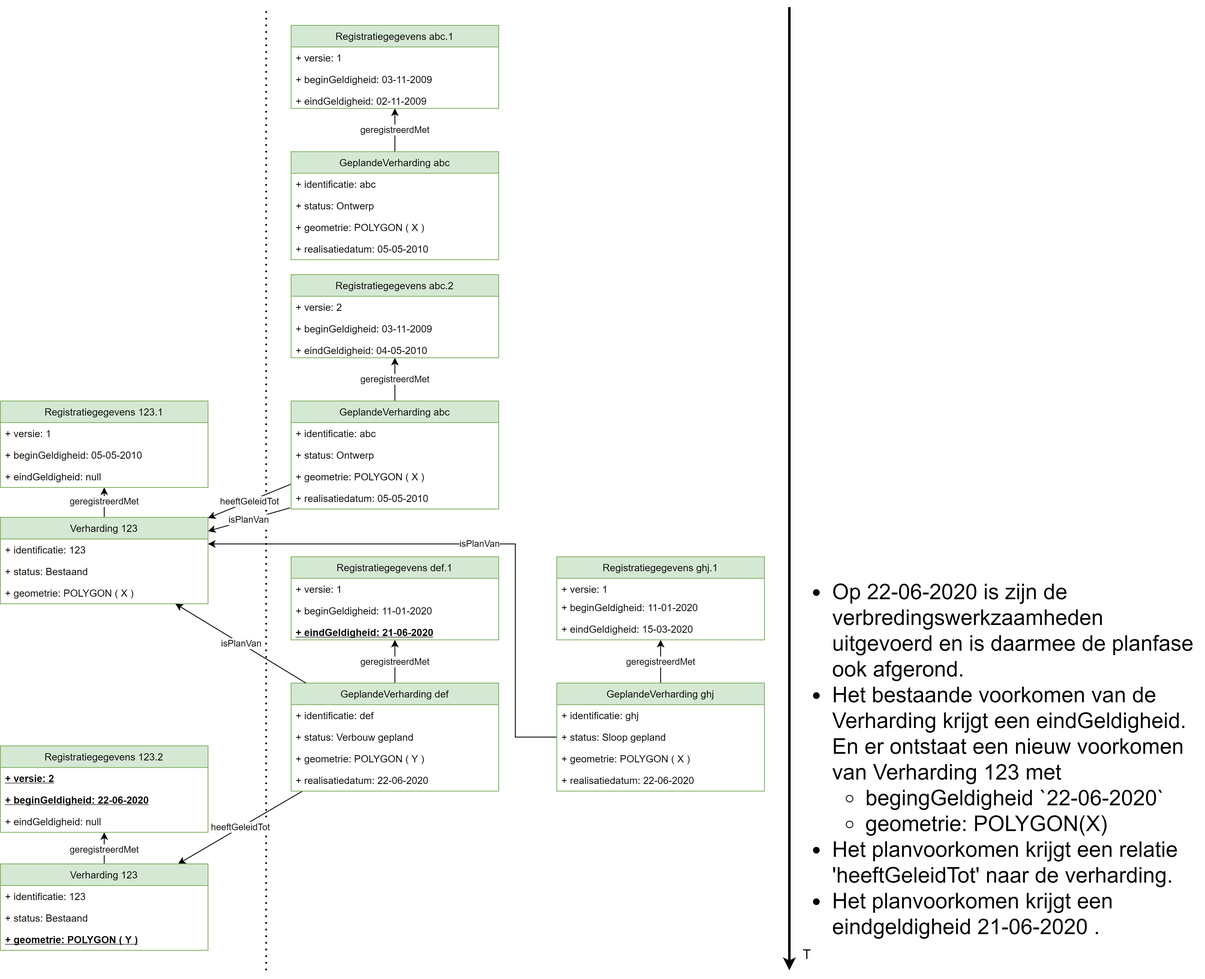
Geonovum/disgeo-imsor keeps this draw.io diagram as issues/15-levensfasen/uitwerkingen/2-schaduw-gepland-objecttype/2-c-schaduw-gepland-obejcttype-relaties-realisatiedatum-complex-6.png. Above is the earlier version. Source tidied: cells renumbered, new cells last; positions are measured from the earlier drawing's top-left corner, leaving out a move shared by most shapes. Source of this version:
```xml
<mxGraphModel>
  <root>
    <mxCell id="0" />
    <mxCell id="1" parent="0" />
    <mxCell id="2" style="endArrow=none;dashed=1;html=1;dashPattern=1 3;strokeWidth=2;" parent="1" edge="1">
      <mxGeometry relative="1" as="geometry">
        <mxPoint x="320" y="1159" as="sourcePoint" />
        <mxPoint x="320" y="2" as="targetPoint" />
      </mxGeometry>
    </mxCell>
    <mxCell id="3" value="geregistreerdMet" style="edgeStyle=orthogonalEdgeStyle;rounded=0;jettySize=auto;html=1;" parent="1" edge="1" source="4" target="9">
      <mxGeometry relative="1" as="geometry" />
    </mxCell>
    <mxCell id="4" value="GeplandeVerharding abc" style="swimlane;fontStyle=0;horizontal=1;startSize=26;fillColor=#d5e8d4;strokeColor=#82b366;" parent="1" vertex="1">
      <mxGeometry x="350" y="174" width="250" height="130" as="geometry" />
    </mxCell>
    <mxCell id="5" value="+ identificatie: abc" style="text;strokeColor=none;fillColor=none;align=left;verticalAlign=top;spacingLeft=4;spacingRight=4;overflow=hidden;" parent="4" vertex="1">
      <mxGeometry y="26" width="250" height="26" as="geometry" />
    </mxCell>
    <mxCell id="6" value="+ status: Ontwerp" style="text;strokeColor=none;fillColor=none;align=left;verticalAlign=top;spacingLeft=4;spacingRight=4;overflow=hidden;fontStyle=0;" parent="4" vertex="1">
      <mxGeometry y="52" width="250" height="26" as="geometry" />
    </mxCell>
    <mxCell id="7" value="+ geometrie: POLYGON ( X )" style="text;strokeColor=none;fillColor=none;align=left;verticalAlign=top;spacingLeft=4;spacingRight=4;overflow=hidden;fontStyle=0;" parent="4" vertex="1">
      <mxGeometry y="78" width="250" height="26" as="geometry" />
    </mxCell>
    <mxCell id="8" value="+ realisatiedatum: 05-05-2010" style="text;strokeColor=none;fillColor=none;align=left;verticalAlign=top;spacingLeft=4;spacingRight=4;overflow=hidden;fontStyle=0;" parent="4" vertex="1">
      <mxGeometry y="104" width="250" height="26" as="geometry" />
    </mxCell>
    <mxCell id="9" value="Registratiegegevens abc.1" style="swimlane;fontStyle=0;horizontal=1;startSize=26;fillColor=#d5e8d4;strokeColor=#82b366;" parent="1" vertex="1">
      <mxGeometry x="350" y="22" width="250" height="100" as="geometry" />
    </mxCell>
    <mxCell id="10" value="+ versie: 1" style="text;strokeColor=none;fillColor=none;align=left;verticalAlign=top;spacingLeft=4;spacingRight=4;overflow=hidden;" parent="9" vertex="1">
      <mxGeometry y="26" width="250" height="26" as="geometry" />
    </mxCell>
    <mxCell id="11" value="+ beginGeldigheid: 03-11-2009" style="text;strokeColor=none;fillColor=none;align=left;verticalAlign=top;spacingLeft=4;spacingRight=4;overflow=hidden;" parent="9" vertex="1">
      <mxGeometry y="52" width="250" height="26" as="geometry" />
    </mxCell>
    <mxCell id="12" value="+ eindGeldigheid: 02-11-2009" style="text;strokeColor=none;fillColor=none;align=left;verticalAlign=top;spacingLeft=4;spacingRight=4;overflow=hidden;fontStyle=0;" parent="9" vertex="1">
      <mxGeometry y="78" width="250" height="22" as="geometry" />
    </mxCell>
    <mxCell id="13" value="&lt;ul&gt;&lt;li&gt;&lt;span style=&quot;background-color: rgb(255 , 255 , 255)&quot;&gt;Op 22-06-2020 is zijn de verbredingswerkzaamheden uitgevoerd en is daarmee de planfase ook afgerond.&lt;/span&gt;&lt;/li&gt;&lt;li&gt;&lt;span style=&quot;background-color: rgb(255 , 255 , 255)&quot;&gt;Het bestaande voorkomen van de Verharding krijgt een eindGeldigheid. En er ontstaat een nieuw voorkomen van Verharding 123 met&amp;nbsp;&lt;/span&gt;&lt;/li&gt;&lt;ul&gt;&lt;li&gt;&lt;span style=&quot;background-color: rgb(255 , 255 , 255)&quot;&gt;begingGeldigheid `22-06-2020`&lt;/span&gt;&lt;/li&gt;&lt;li&gt;&lt;span style=&quot;background-color: rgb(255 , 255 , 255)&quot;&gt;geometrie: POLYGON(X)&lt;/span&gt;&lt;/li&gt;&lt;/ul&gt;&lt;li&gt;&lt;span style=&quot;background-color: rgb(255 , 255 , 255)&quot;&gt;Het planvoorkomen krijgt een relatie 'heeftGeleidTot' naar de verharding.&lt;/span&gt;&lt;/li&gt;&lt;li&gt;&lt;span style=&quot;background-color: rgb(255 , 255 , 255)&quot;&gt;Het planvoorkomen krijgt een eindgeldigheid 21-06-2020 .&lt;/span&gt;&lt;/li&gt;&lt;/ul&gt;" style="text;html=1;strokeColor=none;fillColor=none;align=left;verticalAlign=top;whiteSpace=wrap;rounded=0;fontSize=26;" parent="1" vertex="1">
      <mxGeometry x="960" y="656" width="490" height="254" as="geometry" />
    </mxCell>
    <mxCell id="14" style="endArrow=classic;html=1;strokeWidth=3;" parent="1" edge="1">
      <mxGeometry relative="1" as="geometry">
        <mxPoint x="950" as="sourcePoint" />
        <mxPoint x="950" y="1159" as="targetPoint" />
      </mxGeometry>
    </mxCell>
    <mxCell id="15" value="&lt;font style=&quot;font-size: 16px&quot;&gt;T&lt;/font&gt;" style="edgeLabel;html=1;align=center;verticalAlign=middle;" parent="14" vertex="1">
      <mxGeometry x="0.94" y="4" relative="1" as="geometry">
        <mxPoint x="16" y="11.9" as="offset" />
      </mxGeometry>
    </mxCell>
    <mxCell id="16" value="geregistreerdMet" style="edgeStyle=orthogonalEdgeStyle;rounded=0;jettySize=auto;html=1;" parent="1" edge="1" source="19" target="24">
      <mxGeometry relative="1" as="geometry" />
    </mxCell>
    <mxCell id="17" value="heeftGeleidTot" style="rounded=0;jettySize=auto;html=1;exitX=0;exitY=0.847;exitDx=0;exitDy=0;exitPerimeter=0;" parent="1" edge="1" source="22" target="29">
      <mxGeometry relative="1" as="geometry" />
    </mxCell>
    <mxCell id="18" value="isPlanVan" style="rounded=0;jettySize=auto;html=1;exitX=-0.005;exitY=0.947;exitDx=0;exitDy=0;exitPerimeter=0;" parent="1" edge="1" source="23" target="29">
      <mxGeometry relative="1" as="geometry" />
    </mxCell>
    <mxCell id="19" value="GeplandeVerharding abc" style="swimlane;fontStyle=0;horizontal=1;startSize=26;fillColor=#d5e8d4;strokeColor=#82b366;" parent="1" vertex="1">
      <mxGeometry x="350" y="474" width="250" height="130" as="geometry" />
    </mxCell>
    <mxCell id="20" value="+ identificatie: abc" style="text;strokeColor=none;fillColor=none;align=left;verticalAlign=top;spacingLeft=4;spacingRight=4;overflow=hidden;" parent="19" vertex="1">
      <mxGeometry y="26" width="250" height="26" as="geometry" />
    </mxCell>
    <mxCell id="21" value="+ status: Ontwerp" style="text;strokeColor=none;fillColor=none;align=left;verticalAlign=top;spacingLeft=4;spacingRight=4;overflow=hidden;fontStyle=0;" parent="19" vertex="1">
      <mxGeometry y="52" width="250" height="26" as="geometry" />
    </mxCell>
    <mxCell id="22" value="+ geometrie: POLYGON ( X )" style="text;strokeColor=none;fillColor=none;align=left;verticalAlign=top;spacingLeft=4;spacingRight=4;overflow=hidden;points=[[0,0.5],[1,0.5]];portConstraint=eastwest;fontStyle=0;" parent="19" vertex="1">
      <mxGeometry y="78" width="250" height="26" as="geometry" />
    </mxCell>
    <mxCell id="23" value="+ realisatiedatum: 05-05-2010" style="text;strokeColor=none;fillColor=none;align=left;verticalAlign=top;spacingLeft=4;spacingRight=4;overflow=hidden;points=[[0,0.5],[1,0.5]];portConstraint=eastwest;fontStyle=0;" parent="19" vertex="1">
      <mxGeometry y="104" width="250" height="26" as="geometry" />
    </mxCell>
    <mxCell id="24" value="Registratiegegevens abc.2" style="swimlane;fontStyle=0;horizontal=1;startSize=26;fillColor=#d5e8d4;strokeColor=#82b366;" parent="1" vertex="1">
      <mxGeometry x="350" y="322" width="250" height="100" as="geometry" />
    </mxCell>
    <mxCell id="25" value="+ versie: 2" style="text;strokeColor=none;fillColor=none;align=left;verticalAlign=top;spacingLeft=4;spacingRight=4;overflow=hidden;fontStyle=0;" parent="24" vertex="1">
      <mxGeometry y="26" width="250" height="26" as="geometry" />
    </mxCell>
    <mxCell id="26" value="+ beginGeldigheid: 03-11-2009" style="text;strokeColor=none;fillColor=none;align=left;verticalAlign=top;spacingLeft=4;spacingRight=4;overflow=hidden;fontStyle=0;" parent="24" vertex="1">
      <mxGeometry y="52" width="250" height="26" as="geometry" />
    </mxCell>
    <mxCell id="27" value="+ eindGeldigheid: 04-05-2010" style="text;strokeColor=none;fillColor=none;align=left;verticalAlign=top;spacingLeft=4;spacingRight=4;overflow=hidden;fontStyle=0;" parent="24" vertex="1">
      <mxGeometry y="78" width="250" height="22" as="geometry" />
    </mxCell>
    <mxCell id="28" value="geregistreerdMet" style="edgeStyle=orthogonalEdgeStyle;rounded=0;jettySize=auto;html=1;" parent="1" edge="1" source="29" target="33">
      <mxGeometry relative="1" as="geometry" />
    </mxCell>
    <mxCell id="29" value="Verharding 123" style="swimlane;fontStyle=0;horizontal=1;startSize=26;fillColor=#d5e8d4;strokeColor=#82b366;" parent="1" vertex="1">
      <mxGeometry y="614" width="250" height="104" as="geometry" />
    </mxCell>
    <mxCell id="30" value="+ identificatie: 123" style="text;strokeColor=none;fillColor=none;align=left;verticalAlign=top;spacingLeft=4;spacingRight=4;overflow=hidden;fontStyle=0;" parent="29" vertex="1">
      <mxGeometry y="26" width="250" height="26" as="geometry" />
    </mxCell>
    <mxCell id="31" value="+ status: Bestaand" style="text;strokeColor=none;fillColor=none;align=left;verticalAlign=top;spacingLeft=4;spacingRight=4;overflow=hidden;fontStyle=0;" parent="29" vertex="1">
      <mxGeometry y="52" width="250" height="26" as="geometry" />
    </mxCell>
    <mxCell id="32" value="+ geometrie: POLYGON ( X )" style="text;strokeColor=none;fillColor=none;align=left;verticalAlign=top;spacingLeft=4;spacingRight=4;overflow=hidden;" parent="29" vertex="1">
      <mxGeometry y="78" width="250" height="26" as="geometry" />
    </mxCell>
    <mxCell id="33" value="Registratiegegevens 123.1" style="swimlane;fontStyle=0;horizontal=1;startSize=26;fillColor=#d5e8d4;strokeColor=#82b366;" parent="1" vertex="1">
      <mxGeometry y="474" width="250" height="104" as="geometry" />
    </mxCell>
    <mxCell id="34" value="+ versie: 1" style="text;strokeColor=none;fillColor=none;align=left;verticalAlign=top;spacingLeft=4;spacingRight=4;overflow=hidden;fontStyle=0;" parent="33" vertex="1">
      <mxGeometry y="26" width="250" height="26" as="geometry" />
    </mxCell>
    <mxCell id="35" value="+ beginGeldigheid: 05-05-2010" style="text;strokeColor=none;fillColor=none;align=left;verticalAlign=top;spacingLeft=4;spacingRight=4;overflow=hidden;fontStyle=0;" parent="33" vertex="1">
      <mxGeometry y="52" width="250" height="26" as="geometry" />
    </mxCell>
    <mxCell id="36" value="+ eindGeldigheid: null" style="text;strokeColor=none;fillColor=none;align=left;verticalAlign=top;spacingLeft=4;spacingRight=4;overflow=hidden;fontStyle=0;" parent="33" vertex="1">
      <mxGeometry y="78" width="250" height="26" as="geometry" />
    </mxCell>
    <mxCell id="37" value="geregistreerdMet" style="edgeStyle=orthogonalEdgeStyle;rounded=0;jettySize=auto;html=1;" parent="1" edge="1" source="39" target="45">
      <mxGeometry relative="1" as="geometry" />
    </mxCell>
    <mxCell id="38" value="heeftGeleidTot" style="edgeStyle=none;rounded=0;jettySize=auto;html=1;" parent="1" edge="1" source="39" target="61">
      <mxGeometry relative="1" as="geometry" />
    </mxCell>
    <mxCell id="39" value="GeplandeVerharding def" style="swimlane;fontStyle=0;horizontal=1;startSize=26;fillColor=#d5e8d4;strokeColor=#82b366;" parent="1" vertex="1">
      <mxGeometry x="350" y="813.4" width="250" height="130" as="geometry" />
    </mxCell>
    <mxCell id="40" value="+ identificatie: def" style="text;strokeColor=none;fillColor=none;align=left;verticalAlign=top;spacingLeft=4;spacingRight=4;overflow=hidden;" parent="39" vertex="1">
      <mxGeometry y="26" width="250" height="26" as="geometry" />
    </mxCell>
    <mxCell id="41" value="+ status: Verbouw gepland" style="text;strokeColor=none;fillColor=none;align=left;verticalAlign=top;spacingLeft=4;spacingRight=4;overflow=hidden;fontStyle=0;" parent="39" vertex="1">
      <mxGeometry y="52" width="250" height="26" as="geometry" />
    </mxCell>
    <mxCell id="42" value="+ geometrie: POLYGON ( Y )" style="text;strokeColor=none;fillColor=none;align=left;verticalAlign=top;spacingLeft=4;spacingRight=4;overflow=hidden;fontStyle=0;" parent="39" vertex="1">
      <mxGeometry y="78" width="250" height="26" as="geometry" />
    </mxCell>
    <mxCell id="43" value="+ realisatiedatum: 22-06-2020" style="text;strokeColor=none;fillColor=none;align=left;verticalAlign=top;spacingLeft=4;spacingRight=4;overflow=hidden;fontStyle=0;" parent="39" vertex="1">
      <mxGeometry y="104" width="250" height="26" as="geometry" />
    </mxCell>
    <mxCell id="44" value="isPlanVan" style="edgeStyle=none;rounded=0;jettySize=auto;html=1;" parent="1" edge="1" source="39" target="29">
      <mxGeometry relative="1" as="geometry" />
    </mxCell>
    <mxCell id="45" value="Registratiegegevens def.1" style="swimlane;fontStyle=0;horizontal=1;startSize=26;fillColor=#d5e8d4;strokeColor=#82b366;" parent="1" vertex="1">
      <mxGeometry x="350" y="661.4" width="250" height="100" as="geometry" />
    </mxCell>
    <mxCell id="46" value="+ versie: 1" style="text;strokeColor=none;fillColor=none;align=left;verticalAlign=top;spacingLeft=4;spacingRight=4;overflow=hidden;" parent="45" vertex="1">
      <mxGeometry y="26" width="250" height="26" as="geometry" />
    </mxCell>
    <mxCell id="47" value="+ beginGeldigheid: 11-01-2020" style="text;strokeColor=none;fillColor=none;align=left;verticalAlign=top;spacingLeft=4;spacingRight=4;overflow=hidden;" parent="45" vertex="1">
      <mxGeometry y="52" width="250" height="26" as="geometry" />
    </mxCell>
    <mxCell id="48" value="+ eindGeldigheid: 21-06-2020" style="text;strokeColor=none;fillColor=none;align=left;verticalAlign=top;spacingLeft=4;spacingRight=4;overflow=hidden;fontStyle=5;" parent="45" vertex="1">
      <mxGeometry y="78" width="250" height="22" as="geometry" />
    </mxCell>
    <mxCell id="49" value="geregistreerdMet" style="edgeStyle=orthogonalEdgeStyle;rounded=0;jettySize=auto;html=1;" parent="1" edge="1" source="51" target="56">
      <mxGeometry relative="1" as="geometry" />
    </mxCell>
    <mxCell id="50" value="isPlanVan" style="edgeStyle=elbowEdgeStyle;rounded=0;jettySize=auto;html=1;" parent="1" edge="1" source="51" target="29">
      <mxGeometry relative="1" as="geometry">
        <Array as="points">
          <mxPoint x="620" y="646" />
          <mxPoint x="650" y="746" />
          <mxPoint x="620" y="756" />
          <mxPoint x="640" y="706" />
          <mxPoint x="640" y="726" />
        </Array>
      </mxGeometry>
    </mxCell>
    <mxCell id="51" value="GeplandeVerharding ghj" style="swimlane;fontStyle=0;horizontal=1;startSize=26;fillColor=#d5e8d4;strokeColor=#82b366;" parent="1" vertex="1">
      <mxGeometry x="670" y="813.4" width="250" height="130" as="geometry" />
    </mxCell>
    <mxCell id="52" value="+ identificatie: ghj" style="text;strokeColor=none;fillColor=none;align=left;verticalAlign=top;spacingLeft=4;spacingRight=4;overflow=hidden;" parent="51" vertex="1">
      <mxGeometry y="26" width="250" height="26" as="geometry" />
    </mxCell>
    <mxCell id="53" value="+ status: Sloop gepland" style="text;strokeColor=none;fillColor=none;align=left;verticalAlign=top;spacingLeft=4;spacingRight=4;overflow=hidden;fontStyle=0;" parent="51" vertex="1">
      <mxGeometry y="52" width="250" height="26" as="geometry" />
    </mxCell>
    <mxCell id="54" value="+ geometrie: POLYGON ( X )" style="text;strokeColor=none;fillColor=none;align=left;verticalAlign=top;spacingLeft=4;spacingRight=4;overflow=hidden;" parent="51" vertex="1">
      <mxGeometry y="78" width="250" height="26" as="geometry" />
    </mxCell>
    <mxCell id="55" value="+ realisatiedatum: 22-06-2020" style="text;strokeColor=none;fillColor=none;align=left;verticalAlign=top;spacingLeft=4;spacingRight=4;overflow=hidden;fontStyle=0;" parent="51" vertex="1">
      <mxGeometry y="104" width="250" height="26" as="geometry" />
    </mxCell>
    <mxCell id="56" value="Registratiegegevens ghj.1" style="swimlane;fontStyle=0;horizontal=1;startSize=26;fillColor=#d5e8d4;strokeColor=#82b366;" parent="1" vertex="1">
      <mxGeometry x="670" y="661.4" width="250" height="100" as="geometry" />
    </mxCell>
    <mxCell id="57" value="+ versie: 1" style="text;strokeColor=none;fillColor=none;align=left;verticalAlign=top;spacingLeft=4;spacingRight=4;overflow=hidden;" parent="56" vertex="1">
      <mxGeometry y="26" width="250" height="22" as="geometry" />
    </mxCell>
    <mxCell id="58" value="+ beginGeldigheid: 11-01-2020" style="text;strokeColor=none;fillColor=none;align=left;verticalAlign=top;spacingLeft=4;spacingRight=4;overflow=hidden;" parent="56" vertex="1">
      <mxGeometry y="48" width="250" height="26" as="geometry" />
    </mxCell>
    <mxCell id="59" value="+ eindGeldigheid: 15-03-2020" style="text;strokeColor=none;fillColor=none;align=left;verticalAlign=top;spacingLeft=4;spacingRight=4;overflow=hidden;fontStyle=0;" parent="56" vertex="1">
      <mxGeometry y="74" width="250" height="26" as="geometry" />
    </mxCell>
    <mxCell id="60" value="geregistreerdMet" style="edgeStyle=orthogonalEdgeStyle;rounded=0;jettySize=auto;html=1;" parent="1" edge="1" source="61" target="65">
      <mxGeometry relative="1" as="geometry" />
    </mxCell>
    <mxCell id="61" value="Verharding 123" style="swimlane;fontStyle=0;horizontal=1;startSize=26;fillColor=#d5e8d4;strokeColor=#82b366;" parent="1" vertex="1">
      <mxGeometry y="1031" width="250" height="104" as="geometry" />
    </mxCell>
    <mxCell id="62" value="+ identificatie: 123" style="text;strokeColor=none;fillColor=none;align=left;verticalAlign=top;spacingLeft=4;spacingRight=4;overflow=hidden;" parent="61" vertex="1">
      <mxGeometry y="26" width="250" height="26" as="geometry" />
    </mxCell>
    <mxCell id="63" value="+ status: Bestaand" style="text;strokeColor=none;fillColor=none;align=left;verticalAlign=top;spacingLeft=4;spacingRight=4;overflow=hidden;" parent="61" vertex="1">
      <mxGeometry y="52" width="250" height="26" as="geometry" />
    </mxCell>
    <mxCell id="64" value="+ geometrie: POLYGON ( Y )" style="text;strokeColor=none;fillColor=none;align=left;verticalAlign=top;spacingLeft=4;spacingRight=4;overflow=hidden;fontStyle=5;" parent="61" vertex="1">
      <mxGeometry y="78" width="250" height="26" as="geometry" />
    </mxCell>
    <mxCell id="65" value="Registratiegegevens 123.2" style="swimlane;fontStyle=0;horizontal=1;startSize=26;fillColor=#d5e8d4;strokeColor=#82b366;" parent="1" vertex="1">
      <mxGeometry y="889" width="250" height="104" as="geometry" />
    </mxCell>
    <mxCell id="66" value="+ versie: 2" style="text;strokeColor=none;fillColor=none;align=left;verticalAlign=top;spacingLeft=4;spacingRight=4;overflow=hidden;fontStyle=5;" parent="65" vertex="1">
      <mxGeometry y="26" width="250" height="26" as="geometry" />
    </mxCell>
    <mxCell id="67" value="+ beginGeldigheid: 22-06-2020" style="text;strokeColor=none;fillColor=none;align=left;verticalAlign=top;spacingLeft=4;spacingRight=4;overflow=hidden;fontStyle=5;" parent="65" vertex="1">
      <mxGeometry y="52" width="250" height="26" as="geometry" />
    </mxCell>
    <mxCell id="68" value="+ eindGeldigheid: null" style="text;strokeColor=none;fillColor=none;align=left;verticalAlign=top;spacingLeft=4;spacingRight=4;overflow=hidden;" parent="65" vertex="1">
      <mxGeometry y="78" width="250" height="26" as="geometry" />
    </mxCell>
  </root>
</mxGraphModel>
```
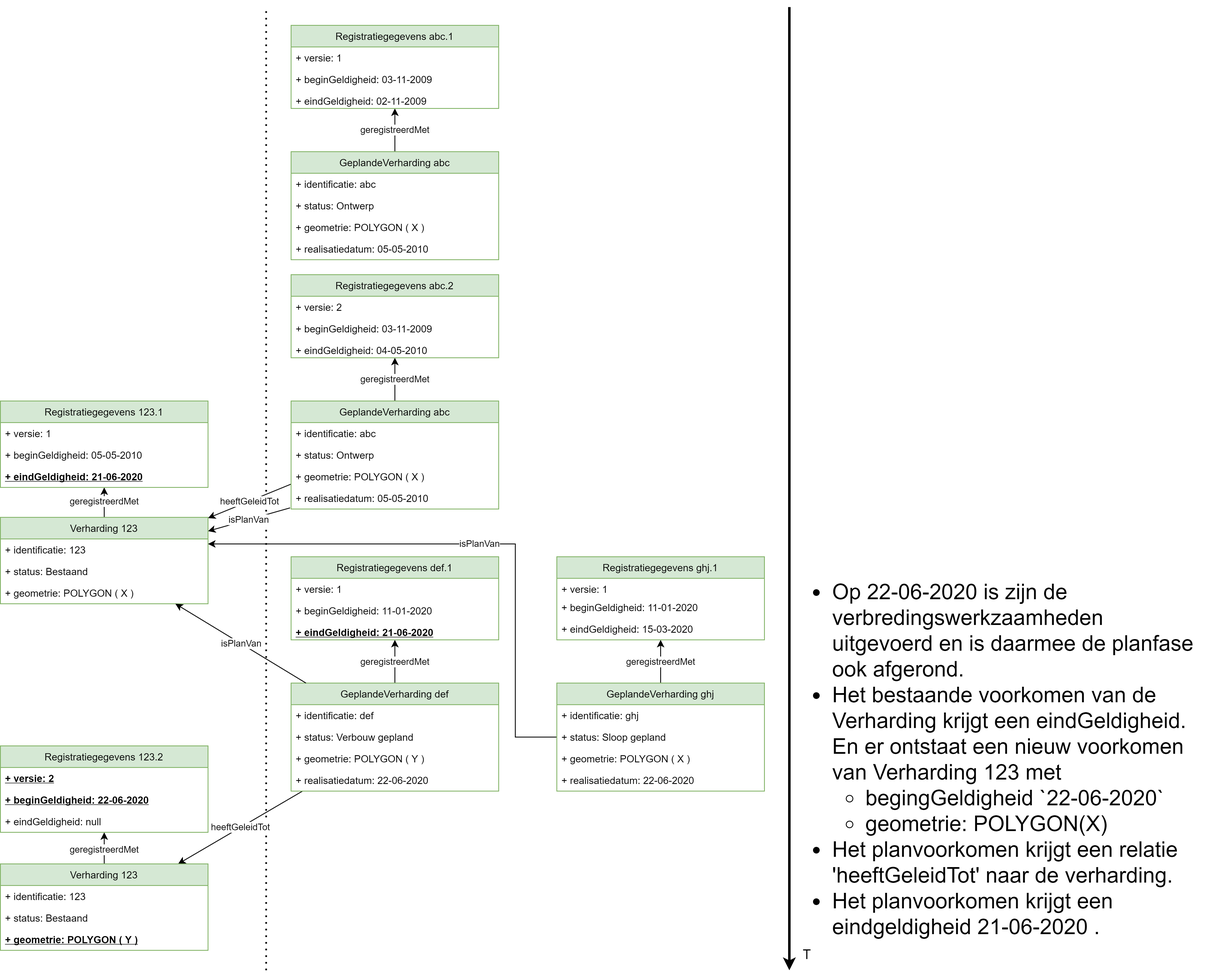
After the commit.

Commit message:
[#15] fix complex scenario

The edit, as a diff of the source:
```diff
@@ -112,7 +112,7 @@
     <mxCell id="35" value="+ beginGeldigheid: 05-05-2010" style="text;strokeColor=none;fillColor=none;align=left;verticalAlign=top;spacingLeft=4;spacingRight=4;overflow=hidden;fontStyle=0;" parent="33" vertex="1">
       <mxGeometry y="52" width="250" height="26" as="geometry" />
     </mxCell>
-    <mxCell id="36" value="+ eindGeldigheid: null" style="text;strokeColor=none;fillColor=none;align=left;verticalAlign=top;spacingLeft=4;spacingRight=4;overflow=hidden;fontStyle=0;" parent="33" vertex="1">
+    <mxCell id="36" value="+ eindGeldigheid: 21-06-2020" style="text;strokeColor=none;fillColor=none;align=left;verticalAlign=top;spacingLeft=4;spacingRight=4;overflow=hidden;fontStyle=5;" parent="33" vertex="1">
       <mxGeometry y="78" width="250" height="26" as="geometry" />
     </mxCell>
     <mxCell id="37" value="geregistreerdMet" style="edgeStyle=orthogonalEdgeStyle;rounded=0;jettySize=auto;html=1;" parent="1" edge="1" source="39" target="45">
```
